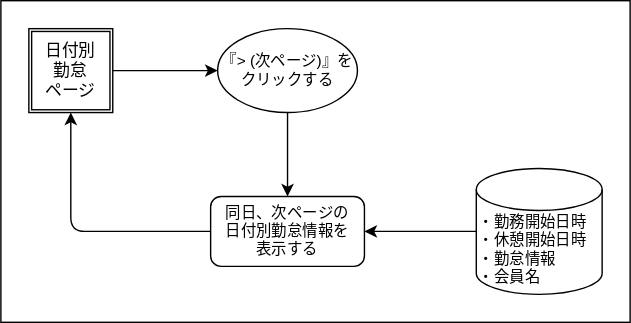
Earlier version of the draw.io export doc/画面遷移図/日付別勤怠ページ/次ページ.drawio.svg (ryamao/atte). Source tidied: cells renumbered, new cells last; positions are measured from the earlier drawing's top-left corner, leaving out a move shared by most shapes.
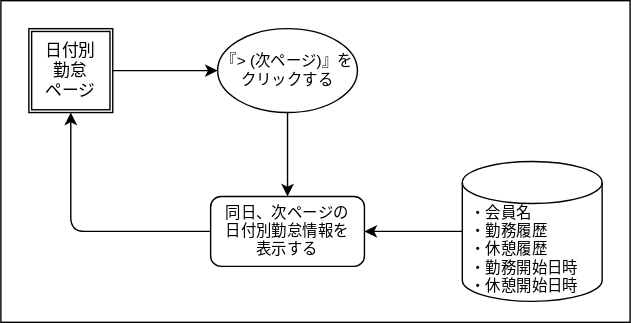
After the commit.

Change to the diagram source:
```diff
@@ -8,12 +8,9 @@
     <mxCell id="3" style="edgeStyle=none;html=1;exitX=1;exitY=0.5;exitDx=0;exitDy=0;entryX=0;entryY=0.5;entryDx=0;entryDy=0;" parent="1" edge="1" source="10" target="9">
       <mxGeometry relative="1" as="geometry" />
     </mxCell>
-    <mxCell id="4" style="edgeStyle=orthogonalEdgeStyle;html=1;exitX=0;exitY=0.5;exitDx=0;exitDy=0;exitPerimeter=0;entryX=1;entryY=0.5;entryDx=0;entryDy=0;" parent="1" edge="1" source="5" target="7">
+    <mxCell id="4" style="edgeStyle=orthogonalEdgeStyle;html=1;" parent="1" edge="1" source="11" target="7">
       <mxGeometry relative="1" as="geometry" />
     </mxCell>
-    <mxCell id="5" value="・勤務開始日時&lt;br style=&quot;font-size: 11px;&quot;&gt;・休憩開始日時&lt;br style=&quot;font-size: 11px;&quot;&gt;・勤怠情報&lt;br style=&quot;font-size: 11px;&quot;&gt;・会員名" style="shape=cylinder3;html=1;boundedLbl=1;backgroundOutline=1;size=15;align=left;fontSize=11;" parent="1" vertex="1">
-      <mxGeometry x="340" y="120" width="90" height="90" as="geometry" />
-    </mxCell>
     <mxCell id="6" style="edgeStyle=orthogonalEdgeStyle;html=1;exitX=0;exitY=0.5;exitDx=0;exitDy=0;entryX=0.5;entryY=1;entryDx=0;entryDy=0;" parent="1" edge="1" source="7" target="10">
       <mxGeometry relative="1" as="geometry" />
     </mxCell>
@@ -29,5 +26,8 @@
     <mxCell id="10" value="日付別&lt;br&gt;勤怠&lt;br&gt;ページ" style="shape=ext;double=1;whiteSpace=wrap;html=1;" parent="1" vertex="1">
       <mxGeometry x="20" y="20" width="60" height="60" as="geometry" />
     </mxCell>
+    <mxCell id="11" value="・会員名&lt;br&gt;・勤務履歴&lt;br&gt;・休憩履歴&lt;br&gt;・勤務開始日時&lt;br style=&quot;font-size: 11px;&quot;&gt;・休憩開始日時" style="shape=cylinder3;html=1;boundedLbl=1;backgroundOutline=1;size=15;align=left;fontSize=11;spacingLeft=4;" parent="1" vertex="1">
+      <mxGeometry x="330" y="115" width="100" height="100" as="geometry" />
+    </mxCell>
   </root>
 </mxGraphModel>
```
